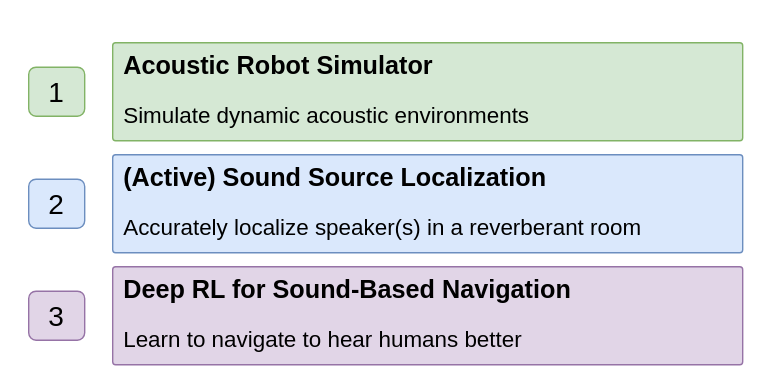
GaetanLepage/phd_defense_slides keeps this draw.io diagram as slides/1_introduction/figures/outline.svg. Above is the earlier version. Source tidied: cells renumbered, new cells last; positions are measured from the earlier drawing's top-left corner, leaving out a move shared by most shapes.
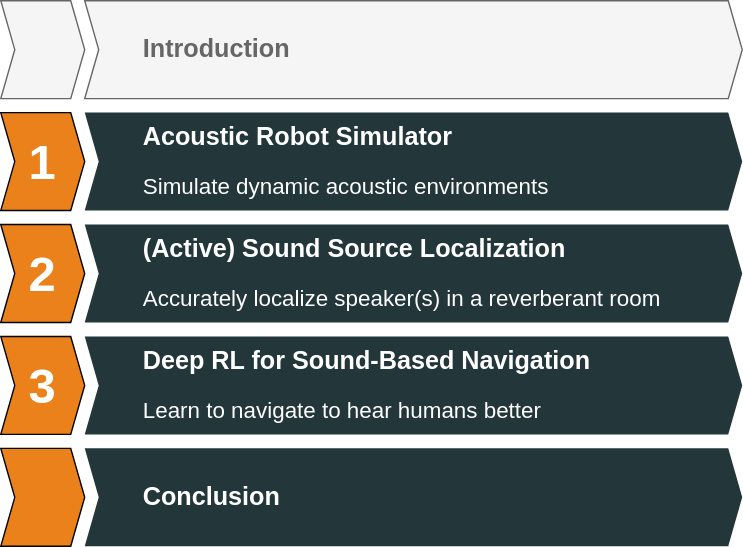
The same diagram one commit later.

What changed in the source:
```diff
@@ -2,26 +2,50 @@
   <root>
     <mxCell id="0" />
     <mxCell id="1" parent="0" />
-    <mxCell id="2" style="rounded=0;whiteSpace=wrap;html=1;fontColor=default;fillColor=none;strokeColor=none;" parent="1" vertex="1">
-      <mxGeometry width="560" height="280" as="geometry" />
+    <mxCell id="2" style="group;" parent="1" vertex="1">
+      <mxGeometry x="610" y="1250" width="530" height="70" as="geometry" />
     </mxCell>
-    <mxCell id="3" value="&lt;b&gt;&lt;font style=&quot;font-size: 18px;&quot;&gt;Acoustic Robot Simulator&lt;br&gt;&lt;/font&gt;&lt;/b&gt;&lt;br&gt;&lt;font style=&quot;font-size: 16px;&quot;&gt;Simulate dynamic acoustic environments&lt;/font&gt;" style="rounded=1;whiteSpace=wrap;html=1;arcSize=3;align=left;verticalAlign=top;spacingTop=0;spacingLeft=6;fillColor=#d5e8d4;strokeColor=#82b366;" parent="1" vertex="1">
-      <mxGeometry x="80" y="30" width="450" height="70" as="geometry" />
+    <mxCell id="3" value="&lt;b style=&quot;text-wrap-mode: wrap;&quot;&gt;&lt;font style=&quot;font-size: 18px;&quot;&gt;Acoustic Robot Simulator&lt;br&gt;&lt;/font&gt;&lt;/b&gt;&lt;br style=&quot;text-wrap-mode: wrap;&quot;&gt;&lt;font style=&quot;text-wrap-mode: wrap; font-size: 16px;&quot;&gt;Simulate dynamic acoustic environments&lt;/font&gt;" style="html=1;shadow=0;dashed=0;align=left;verticalAlign=middle;shape=mxgraph.arrows2.arrow;dy=0;dx=10;notch=10;whiteSpace=wrap;fillColor=#23373B;fontColor=#FFFFFF;strokeColor=none;spacingLeft=40;" parent="2" vertex="1">
+      <mxGeometry x="60" width="470" height="70" as="geometry" />
     </mxCell>
-    <mxCell id="4" value="&lt;span style=&quot;font-size: 18px;&quot;&gt;&lt;b&gt;(Active) Sound Source Localization&lt;/b&gt;&lt;/span&gt;&lt;br&gt;&lt;font style=&quot;&quot;&gt;&lt;br&gt;&lt;font style=&quot;font-size: 16px;&quot;&gt;Accurately localize speaker(s) in a reverberant room&lt;/font&gt;&lt;/font&gt;" style="rounded=1;whiteSpace=wrap;html=1;arcSize=3;align=left;verticalAlign=top;spacingTop=0;spacingLeft=6;fillColor=#dae8fc;strokeColor=#6c8ebf;" parent="1" vertex="1">
-      <mxGeometry x="80" y="110" width="450" height="70" as="geometry" />
+    <mxCell id="4" value="&lt;div style=&quot;text-align: left;&quot;&gt;&lt;span&gt;&lt;b&gt;1&lt;/b&gt;&lt;/span&gt;&lt;/div&gt;" style="html=1;shadow=0;dashed=0;align=center;verticalAlign=middle;shape=mxgraph.arrows2.arrow;dy=0;dx=10;notch=10;whiteSpace=wrap;labelBackgroundColor=none;fillColor=#EB811B;fontColor=#FFFFFF;fontSize=35;" parent="2" vertex="1">
+      <mxGeometry width="60" height="70" as="geometry" />
     </mxCell>
-    <mxCell id="5" value="&lt;span style=&quot;font-size: 18px;&quot;&gt;&lt;b&gt;Deep RL for Sound-Based Navigation&lt;/b&gt;&lt;/span&gt;&lt;br&gt;&lt;font style=&quot;&quot;&gt;&lt;br&gt;&lt;font style=&quot;font-size: 16px;&quot;&gt;Learn to navigate to hear humans better&lt;/font&gt;&lt;/font&gt;" style="rounded=1;whiteSpace=wrap;html=1;arcSize=3;align=left;verticalAlign=top;spacingTop=0;spacingLeft=6;fillColor=#e1d5e7;strokeColor=#9673a6;" parent="1" vertex="1">
-      <mxGeometry x="80" y="190" width="450" height="70" as="geometry" />
+    <mxCell id="5" style="group;" parent="1" vertex="1">
+      <mxGeometry x="610" y="1330" width="530" height="70" as="geometry" />
     </mxCell>
-    <mxCell id="6" value="1" style="rounded=1;whiteSpace=wrap;html=1;fontSize=20;fillColor=#d5e8d4;strokeColor=#82b366;" parent="1" vertex="1">
-      <mxGeometry x="20" y="47.5" width="40" height="35" as="geometry" />
+    <mxCell id="6" value="&lt;font style=&quot;color: rgb(255, 255, 255);&quot;&gt;&lt;span style=&quot;font-size: 18px;&quot;&gt;&lt;b style=&quot;&quot;&gt;(Active) Sound Source Localization&lt;/b&gt;&lt;/span&gt;&lt;br style=&quot;&quot;&gt;&lt;font style=&quot;&quot;&gt;&lt;br&gt;&lt;font style=&quot;font-size: 16px;&quot;&gt;Accurately localize speaker(s) in a reverberant room&lt;/font&gt;&lt;/font&gt;&lt;/font&gt;" style="html=1;shadow=0;dashed=0;align=left;verticalAlign=middle;shape=mxgraph.arrows2.arrow;dy=0;dx=10;notch=10;whiteSpace=wrap;fillColor=#23373B;fontColor=#FFFFFF;strokeColor=none;spacingLeft=40;" parent="5" vertex="1">
+      <mxGeometry x="60" width="470" height="70" as="geometry" />
     </mxCell>
-    <mxCell id="7" value="2" style="rounded=1;whiteSpace=wrap;html=1;fontSize=20;fillColor=#dae8fc;strokeColor=#6c8ebf;" parent="1" vertex="1">
-      <mxGeometry x="20" y="127.5" width="40" height="35" as="geometry" />
+    <mxCell id="7" value="&lt;div style=&quot;text-align: left;&quot;&gt;&lt;span&gt;&lt;b&gt;2&lt;/b&gt;&lt;/span&gt;&lt;/div&gt;" style="html=1;shadow=0;dashed=0;align=center;verticalAlign=middle;shape=mxgraph.arrows2.arrow;dy=0;dx=10;notch=10;whiteSpace=wrap;labelBackgroundColor=none;fillColor=#EB811B;fontColor=#FFFFFF;fontSize=35;" parent="5" vertex="1">
+      <mxGeometry width="60" height="70" as="geometry" />
     </mxCell>
-    <mxCell id="8" value="3" style="rounded=1;whiteSpace=wrap;html=1;fontSize=20;fillColor=#e1d5e7;strokeColor=#9673a6;" parent="1" vertex="1">
-      <mxGeometry x="20" y="207.5" width="40" height="35" as="geometry" />
+    <mxCell id="8" style="group;" parent="1" vertex="1">
+      <mxGeometry x="610" y="1410" width="530" height="70" as="geometry" />
     </mxCell>
+    <mxCell id="9" value="&lt;font style=&quot;color: rgb(255, 255, 255);&quot;&gt;&lt;span style=&quot;font-size: 18px;&quot;&gt;&lt;b style=&quot;&quot;&gt;Deep RL for Sound-Based Navigation&lt;/b&gt;&lt;/span&gt;&lt;br style=&quot;&quot;&gt;&lt;font style=&quot;&quot;&gt;&lt;br&gt;&lt;font style=&quot;font-size: 16px;&quot;&gt;Learn to navigate to hear humans better&lt;/font&gt;&lt;/font&gt;&lt;/font&gt;" style="html=1;shadow=0;dashed=0;align=left;verticalAlign=middle;shape=mxgraph.arrows2.arrow;dy=0;dx=10;notch=10;whiteSpace=wrap;fillColor=#23373B;fontColor=#FFFFFF;strokeColor=none;spacingLeft=40;" parent="8" vertex="1">
+      <mxGeometry x="60" width="470" height="70" as="geometry" />
+    </mxCell>
+    <mxCell id="10" value="&lt;div style=&quot;text-align: left;&quot;&gt;&lt;span&gt;&lt;b&gt;3&lt;/b&gt;&lt;/span&gt;&lt;/div&gt;" style="html=1;shadow=0;dashed=0;align=center;verticalAlign=middle;shape=mxgraph.arrows2.arrow;dy=0;dx=10;notch=10;whiteSpace=wrap;labelBackgroundColor=none;fillColor=#EB811B;fontColor=#FFFFFF;fontSize=35;" parent="8" vertex="1">
+      <mxGeometry width="60" height="70" as="geometry" />
+    </mxCell>
+    <mxCell id="11" style="group;" parent="1" vertex="1">
+      <mxGeometry x="610" y="1490" width="530" height="70" as="geometry" />
+    </mxCell>
+    <mxCell id="12" value="&lt;div style=&quot;&quot;&gt;&lt;span style=&quot;background-color: transparent; color: light-dark(rgb(255, 255, 255), rgb(18, 18, 18)); font-size: 18px;&quot;&gt;&lt;b&gt;Conclusion&lt;/b&gt;&lt;/span&gt;&lt;/div&gt;" style="html=1;shadow=0;dashed=0;align=left;verticalAlign=middle;shape=mxgraph.arrows2.arrow;dy=0;dx=10;notch=10;whiteSpace=wrap;fillColor=#23373B;fontColor=#FFFFFF;strokeColor=none;spacingLeft=40;" parent="11" vertex="1">
+      <mxGeometry x="60" width="470" height="70" as="geometry" />
+    </mxCell>
+    <mxCell id="13" value="&lt;div style=&quot;text-align: left;&quot;&gt;&lt;br&gt;&lt;/div&gt;" style="html=1;shadow=0;dashed=0;align=center;verticalAlign=middle;shape=mxgraph.arrows2.arrow;dy=0;dx=10;notch=10;whiteSpace=wrap;labelBackgroundColor=none;fillColor=#EB811B;fontColor=#FFFFFF;fontSize=35;" parent="11" vertex="1">
+      <mxGeometry width="60" height="70" as="geometry" />
+    </mxCell>
+    <mxCell id="14" style="group;fontColor=#666666;" parent="1" vertex="1">
+      <mxGeometry x="610" y="1170" width="530" height="70" as="geometry" />
+    </mxCell>
+    <mxCell id="15" value="&lt;div style=&quot;&quot;&gt;&lt;span style=&quot;background-color: transparent; font-size: 18px;&quot;&gt;&lt;b&gt;Introduction&lt;/b&gt;&lt;/span&gt;&lt;/div&gt;" style="html=1;shadow=0;dashed=0;align=left;verticalAlign=middle;shape=mxgraph.arrows2.arrow;dy=0;dx=10;notch=10;whiteSpace=wrap;fillColor=#f5f5f5;fontColor=#666666;strokeColor=#666666;spacingLeft=40;" parent="14" vertex="1">
+      <mxGeometry x="60" width="470" height="70" as="geometry" />
+    </mxCell>
+    <mxCell id="16" value="&lt;div style=&quot;text-align: left;&quot;&gt;&lt;br&gt;&lt;/div&gt;" style="html=1;shadow=0;dashed=0;align=center;verticalAlign=middle;shape=mxgraph.arrows2.arrow;dy=0;dx=10;notch=10;whiteSpace=wrap;labelBackgroundColor=none;fillColor=#f5f5f5;fontColor=#333333;fontSize=35;strokeColor=#666666;" parent="14" vertex="1">
+      <mxGeometry width="60" height="70" as="geometry" />
+    </mxCell>
   </root>
 </mxGraphModel>
```
